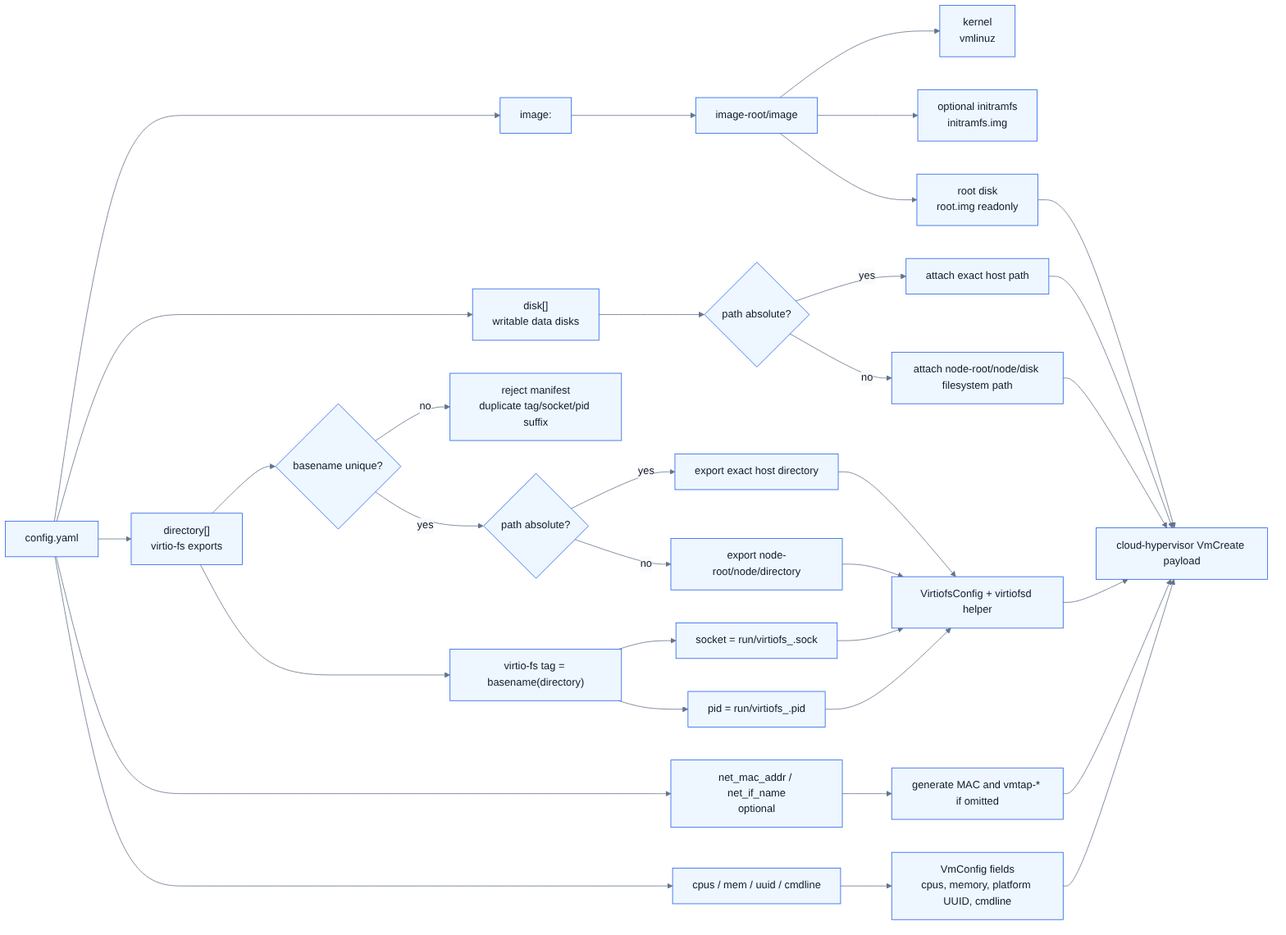
spi-ca/cvmm keeps this Mermaid diagram as docs/diagrams/manifest-runtime-mapping.png. Above is the earlier version. Its source is kept beside it as docs/diagrams/manifest-runtime-mapping.mmd.
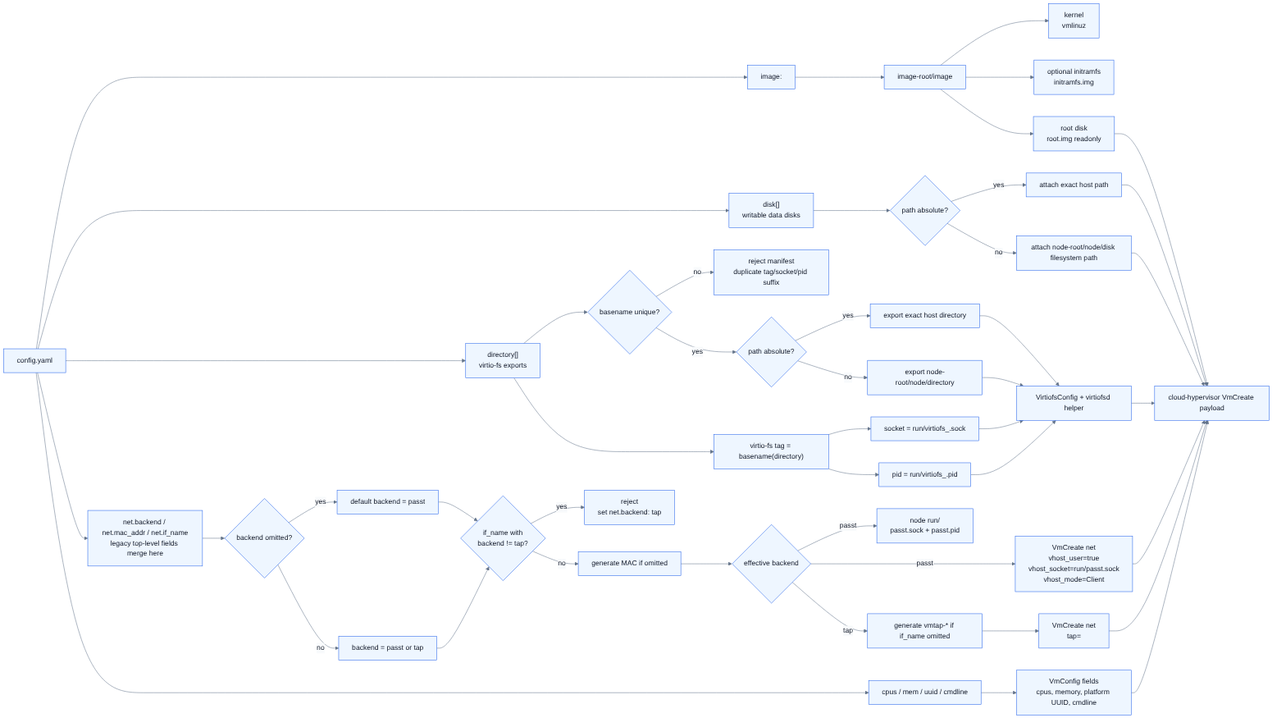
Later version of the same file.

Diff of the diagram source:
```diff
@@ -2,7 +2,7 @@
     manifest["config.yaml"] --> image["image: <name>"]
     manifest --> disk["disk[]\nwritable data disks"]
     manifest --> directory["directory[]\nvirtio-fs exports"]
-    manifest --> net["net_mac_addr / net_if_name\noptional"]
+    manifest --> net["net.backend / net.mac_addr / net.if_name\nlegacy top-level fields merge here"]
     manifest --> cpuMem["cpus / mem / uuid / cmdline"]
 
     image --> imageBase["image-root/image"]
@@ -23,7 +23,19 @@
     tag --> socket["socket = run/virtiofs_<tag>.sock"]
     tag --> pidfile["pid = run/virtiofs_<tag>.pid"]
 
-    net --> defaultNet["generate MAC and vmtap-* if omitted"]
+    net --> backendRule{"backend omitted?"}
+    backendRule -- yes --> defaultPasst["default backend = passt"]
+    backendRule -- no --> explicitBackend["backend = passt or tap"]
+    explicitBackend --> ifNameRule{"if_name with\nbackend != tap?"}
+    defaultPasst --> ifNameRule
+    ifNameRule -- yes --> rejectTap["reject\nset net.backend: tap"]
+    ifNameRule -- no --> macDefault["generate MAC if omitted"]
+    macDefault --> passtMap{"effective backend"}
+    passtMap -- passt --> passtFiles["node run/\npasst.sock + passt.pid"]
+    passtMap -- passt --> passtPayload["VmCreate net\nvhost_user=true\nvhost_socket=run/passt.sock\nvhost_mode=Client"]
+    passtMap -- tap --> tapDefault["generate vmtap-* if if_name omitted"]
+    tapDefault --> tapPayload["VmCreate net\ntap=<if_name>"]
+
     cpuMem --> vmPayload["VmConfig fields\ncpus, memory, platform UUID, cmdline"]
 
     root --> vm["cloud-hypervisor VmCreate payload"]
@@ -34,5 +46,6 @@
     socket --> vfs
     pidfile --> vfs
     vfs --> vm
-    defaultNet --> vm
+    passtPayload --> vm
+    tapPayload --> vm
     vmPayload --> vm
```
